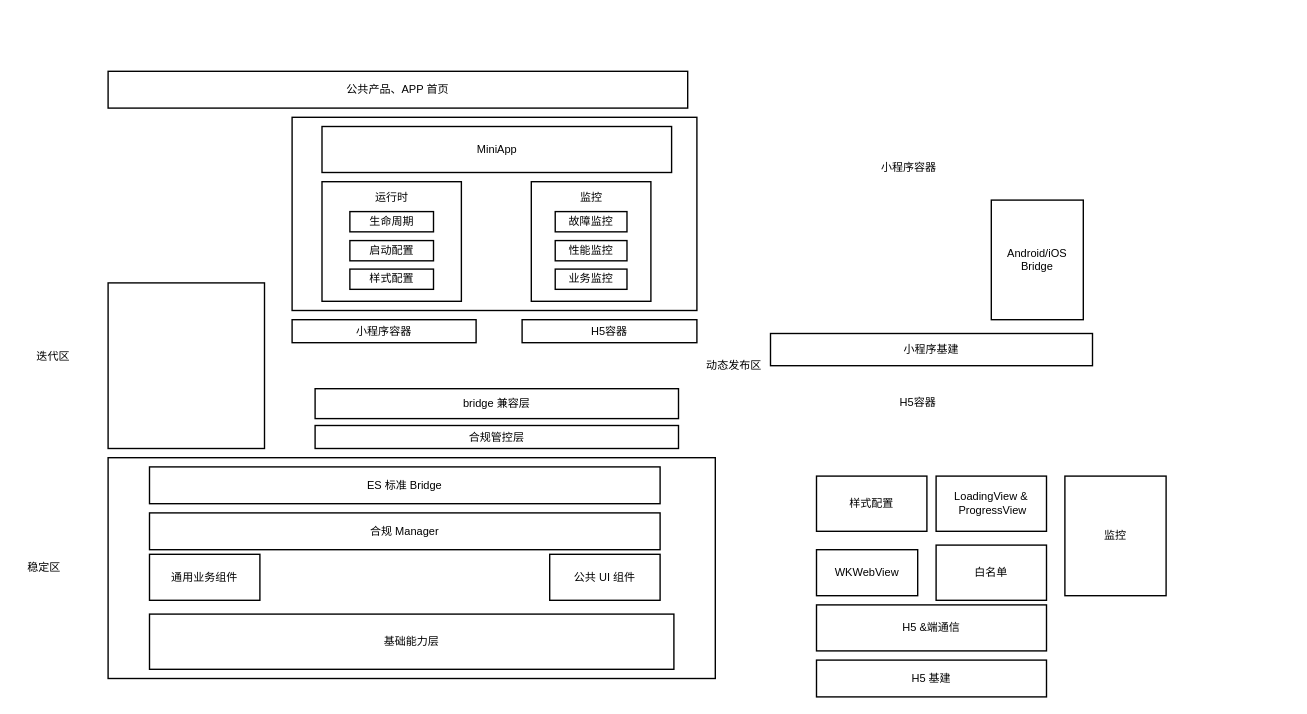
Before: page "第 3 页" (3 of 3) of 未命名绘图.drawio in ashen-23/DrawIORepo, a draw.io diagram. Source tidied: cells renumbered, new cells numbered last; positions are measured from the earlier drawing's top-left corner, leaving out a move shared by most shapes. Both pictures are drawn from the tidied source at 92%, with x=0, y=0 at pixel (16, 71).
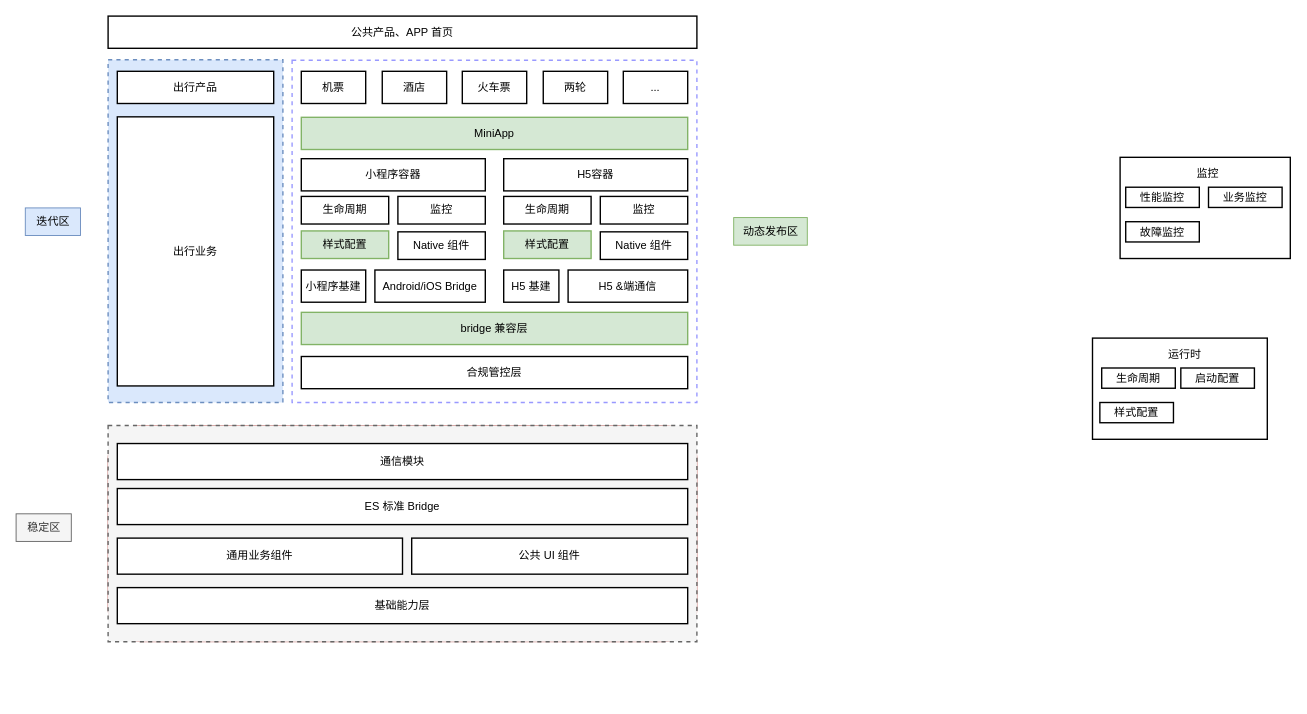
Above is the later version.

Commit message:
更新未命名绘图.drawio

Change to the diagram source:
```diff
@@
-    <mxCell id="2" style="whiteSpace=wrap;html=1;strokeWidth=1.5;fontColor=#000000;fillColor=#FFFFFF;" parent="1" vertex="1">
-      <mxGeometry x="300" y="50" width="440" height="210" as="geometry" />
-    </mxCell>
-    <mxCell id="3" style="rounded=0;whiteSpace=wrap;html=1;strokeWidth=1.5;fontColor=#000000;fillColor=#FFFFFF;" parent="1" vertex="1">
-      <mxGeometry x="100" y="420" width="660" height="240" as="geometry" />
-    </mxCell>
+    <mxCell id="42" style="whiteSpace=wrap;html=1;dashed=1;strokeColor=#6c8ebf;strokeWidth=1.5;fillColor=#dae8fc;" parent="1" vertex="1">
+      <mxGeometry x="100" y="-12.5" width="190" height="372.5" as="geometry" />
+    </mxCell>
+    <mxCell id="43" style="whiteSpace=wrap;html=1;strokeWidth=1.5;dashed=1;fillColor=none;strokeColor=#9999FF;" parent="1" vertex="1">
+      <mxGeometry x="300" y="-12" width="440" height="372" as="geometry" />
+    </mxCell>
-    <mxCell id="4" value="稳定区" style="text;html=1;align=center;verticalAlign=middle;strokeColor=none;fillColor=none;fontColor=#000000;" parent="1" vertex="1">
-      <mxGeometry y="525" width="60" height="30" as="geometry" />
+    <mxCell id="4" value="稳定区" style="text;html=1;align=center;verticalAlign=middle;strokeColor=#666666;fillColor=#f5f5f5;fontColor=#333333;" parent="1" vertex="1">
+      <mxGeometry y="481" width="60" height="30" as="geometry" />
     </mxCell>
-    <mxCell id="5" value="基础能力层" style="whiteSpace=wrap;html=1;strokeWidth=1.5;fontColor=#000000;fillColor=#FFFFFF;" parent="1" vertex="1">
-      <mxGeometry x="145" y="590" width="570" height="60" as="geometry" />
-    </mxCell>
-    <mxCell id="6" value="通用业务组件" style="whiteSpace=wrap;html=1;strokeWidth=1.5;fontColor=#000000;fillColor=#FFFFFF;" parent="1" vertex="1">
-      <mxGeometry x="145" y="525" width="120" height="50" as="geometry" />
-    </mxCell>
-    <mxCell id="7" value="公共 UI 组件" style="whiteSpace=wrap;html=1;strokeWidth=1.5;fontColor=#000000;fillColor=#FFFFFF;" parent="1" vertex="1">
-      <mxGeometry x="580" y="525" width="120" height="50" as="geometry" />
-    </mxCell>
-    <mxCell id="8" value="ES 标准 Bridge" style="whiteSpace=wrap;html=1;strokeWidth=1.5;fontColor=#000000;fillColor=#FFFFFF;" parent="1" vertex="1">
-      <mxGeometry x="145" y="430" width="555" height="40" as="geometry" />
-    </mxCell>
-    <mxCell id="9" value="合规 Manager" style="whiteSpace=wrap;html=1;strokeWidth=1.5;fontColor=#000000;fillColor=#FFFFFF;" parent="1" vertex="1">
-      <mxGeometry x="145" y="480" width="555" height="40" as="geometry" />
-    </mxCell>
-    <mxCell id="10" style="whiteSpace=wrap;html=1;strokeWidth=1.5;fontColor=#000000;fillColor=#FFFFFF;" parent="1" vertex="1">
-      <mxGeometry x="100" y="230" width="170" height="180" as="geometry" />
-    </mxCell>
-    <mxCell id="11" value="迭代区" style="text;html=1;align=center;verticalAlign=middle;strokeColor=none;fillColor=none;fontColor=#000000;" parent="1" vertex="1">
-      <mxGeometry x="10" y="295" width="60" height="30" as="geometry" />
+    <mxCell id="11" value="迭代区" style="text;html=1;align=center;verticalAlign=middle;strokeColor=#6c8ebf;fillColor=#dae8fc;" parent="1" vertex="1">
+      <mxGeometry x="10" y="148.5" width="60" height="30" as="geometry" />
     </mxCell>
-    <mxCell id="12" value="动态发布区" style="text;html=1;align=center;verticalAlign=middle;strokeColor=none;fillColor=none;fontColor=#000000;" parent="1" vertex="1">
-      <mxGeometry x="740" y="305" width="80" height="30" as="geometry" />
+    <mxCell id="12" value="动态发布区" style="text;html=1;align=center;verticalAlign=middle;strokeColor=#82b366;fillColor=#d5e8d4;" parent="1" vertex="1">
+      <mxGeometry x="780" y="159" width="80" height="30" as="geometry" />
     </mxCell>
     <mxCell id="13" value="公共产品、APP 首页" style="whiteSpace=wrap;html=1;strokeWidth=1.5;fontColor=#000000;fillColor=#FFFFFF;" parent="1" vertex="1">
-      <mxGeometry x="100" width="630" height="40" as="geometry" />
+      <mxGeometry x="100" y="-60" width="640" height="35" as="geometry" />
     </mxCell>
     <mxCell id="14" value="小程序容器" style="whiteSpace=wrap;html=1;strokeWidth=1.5;fontColor=#000000;fillColor=#FFFFFF;" parent="1" vertex="1">
-      <mxGeometry x="300" y="270" width="200" height="25" as="geometry" />
+      <mxGeometry x="310" y="95" width="200" height="35" as="geometry" />
     </mxCell>
-    <mxCell id="15" value="bridge 兼容层" style="whiteSpace=wrap;html=1;strokeWidth=1.5;fontColor=#000000;fillColor=#FFFFFF;" parent="1" vertex="1">
-      <mxGeometry x="325" y="345" width="395" height="32.5" as="geometry" />
+    <mxCell id="15" value="bridge 兼容层" style="whiteSpace=wrap;html=1;strokeWidth=1.5;fillColor=#d5e8d4;strokeColor=#82b366;" parent="1" vertex="1">
+      <mxGeometry x="310" y="262" width="420" height="35" as="geometry" />
     </mxCell>
+    <mxCell id="29" value="MiniApp" style="whiteSpace=wrap;html=1;strokeWidth=1.5;fillColor=#d5e8d4;strokeColor=#82b366;" parent="1" vertex="1">
+      <mxGeometry x="310" y="50" width="420" height="35" as="geometry" />
+    </mxCell>
+    <mxCell id="30" value="Android/iOS Bridge" style="whiteSpace=wrap;html=1;strokeWidth=1.5;fontColor=#000000;fillColor=#FFFFFF;" parent="1" vertex="1">
+      <mxGeometry x="390" y="216" width="120" height="35" as="geometry" />
+    </mxCell>
+    <mxCell id="37" value="合规管控层" style="whiteSpace=wrap;html=1;strokeWidth=1.5;fontColor=#000000;fillColor=#FFFFFF;" parent="1" vertex="1">
+      <mxGeometry x="310" y="310" width="420" height="35" as="geometry" />
+    </mxCell>
+    <mxCell id="39" value="小程序基建" style="whiteSpace=wrap;html=1;strokeWidth=1.5;fontColor=#000000;fillColor=#FFFFFF;" parent="1" vertex="1">
+      <mxGeometry x="310" y="216" width="70" height="35" as="geometry" />
+    </mxCell>
+    <mxCell id="44" value="出行产品" style="whiteSpace=wrap;html=1;strokeWidth=1.5;fontColor=#000000;fillColor=#FFFFFF;" parent="1" vertex="1">
+      <mxGeometry x="110" width="170" height="35" as="geometry" />
+    </mxCell>
+    <mxCell id="45" value="机票" style="whiteSpace=wrap;html=1;strokeWidth=1.5;fontColor=#000000;fillColor=#FFFFFF;" parent="1" vertex="1">
+      <mxGeometry x="310" width="70" height="35" as="geometry" />
+    </mxCell>
+    <mxCell id="46" value="酒店" style="whiteSpace=wrap;html=1;strokeWidth=1.5;fontColor=#000000;fillColor=#FFFFFF;" parent="1" vertex="1">
+      <mxGeometry x="398" width="70" height="35" as="geometry" />
+    </mxCell>
+    <mxCell id="47" value="火车票" style="whiteSpace=wrap;html=1;strokeWidth=1.5;fontColor=#000000;fillColor=#FFFFFF;" parent="1" vertex="1">
+      <mxGeometry x="485" width="70" height="35" as="geometry" />
+    </mxCell>
+    <mxCell id="48" value="两轮" style="whiteSpace=wrap;html=1;strokeWidth=1.5;fontColor=#000000;fillColor=#FFFFFF;" parent="1" vertex="1">
+      <mxGeometry x="573" width="70" height="35" as="geometry" />
+    </mxCell>
+    <mxCell id="49" value="..." style="whiteSpace=wrap;html=1;strokeWidth=1.5;fontColor=#000000;fillColor=#FFFFFF;" parent="1" vertex="1">
+      <mxGeometry x="660" width="70" height="35" as="geometry" />
+    </mxCell>
+    <mxCell id="50" value="出行业务" style="whiteSpace=wrap;html=1;strokeWidth=1.5;" parent="1" vertex="1">
+      <mxGeometry x="110" y="49.5" width="170" height="292.5" as="geometry" />
+    </mxCell>
+    <mxCell id="51" style="group;" parent="1" vertex="1">
+      <mxGeometry x="1170" y="290" width="190" height="110" as="geometry" />
+    </mxCell>
+    <mxCell id="24" style="whiteSpace=wrap;html=1;strokeWidth=1.5;fontColor=#000000;fillColor=#FFFFFF;" parent="51" vertex="1">
+      <mxGeometry width="190" height="110" as="geometry" />
+    </mxCell>
+    <mxCell id="25" value="生命周期" style="whiteSpace=wrap;html=1;strokeWidth=1.5;fontColor=#000000;fillColor=#FFFFFF;" parent="51" vertex="1">
+      <mxGeometry x="10" y="32.5" width="80" height="22" as="geometry" />
+    </mxCell>
+    <mxCell id="26" value="启动配置" style="whiteSpace=wrap;html=1;strokeWidth=1.5;fontColor=#000000;fillColor=#FFFFFF;" parent="51" vertex="1">
+      <mxGeometry x="96" y="32.5" width="80" height="22" as="geometry" />
+    </mxCell>
+    <mxCell id="27" value="样式配置" style="whiteSpace=wrap;html=1;strokeWidth=1.5;fontColor=#000000;fillColor=#FFFFFF;" parent="51" vertex="1">
+      <mxGeometry x="8" y="70" width="80" height="22" as="geometry" />
+    </mxCell>
+    <mxCell id="28" value="运行时" style="text;html=1;align=center;verticalAlign=middle;strokeColor=none;fillColor=none;fontColor=#000000;" parent="51" vertex="1">
+      <mxGeometry x="70" y="2.5" width="60" height="30" as="geometry" />
+    </mxCell>
     <mxCell id="16" value="H5容器" style="whiteSpace=wrap;html=1;strokeWidth=1.5;fontColor=#000000;fillColor=#FFFFFF;" parent="1" vertex="1">
-      <mxGeometry x="550" y="270" width="190" height="25" as="geometry" />
+      <mxGeometry x="530" y="95" width="200" height="35" as="geometry" />
     </mxCell>
-    <mxCell id="17" style="group;" parent="1" vertex="1">
-      <mxGeometry x="560" y="120" width="130" height="130" as="geometry" />
-    </mxCell>
+    <mxCell id="52" style="group;" parent="1" vertex="1">
+      <mxGeometry x="1200" y="93.5" width="185" height="110" as="geometry" />
+    </mxCell>
-    <mxCell id="18" style="whiteSpace=wrap;html=1;strokeWidth=1.5;fontColor=#000000;fillColor=#FFFFFF;" parent="17" vertex="1">
-      <mxGeometry width="130" height="130" as="geometry" />
+    <mxCell id="18" style="whiteSpace=wrap;html=1;strokeWidth=1.5;fontColor=#000000;fillColor=#FFFFFF;" parent="52" vertex="1">
+      <mxGeometry width="185" height="110" as="geometry" />
     </mxCell>
-    <mxCell id="19" value="故障监控" style="whiteSpace=wrap;html=1;strokeWidth=1.5;fontColor=#000000;fillColor=#FFFFFF;" parent="17" vertex="1">
-      <mxGeometry x="26" y="32.5" width="78" height="22" as="geometry" />
+    <mxCell id="19" value="故障监控" style="whiteSpace=wrap;html=1;strokeWidth=1.5;fontColor=#000000;fillColor=#FFFFFF;" parent="52" vertex="1">
+      <mxGeometry x="6.1" y="70" width="80" height="22" as="geometry" />
     </mxCell>
-    <mxCell id="20" value="性能监控" style="whiteSpace=wrap;html=1;strokeWidth=1.5;fontColor=#000000;fillColor=#FFFFFF;" parent="17" vertex="1">
-      <mxGeometry x="26" y="64" width="78" height="22" as="geometry" />
+    <mxCell id="20" value="性能监控" style="whiteSpace=wrap;html=1;strokeWidth=1.5;fontColor=#000000;fillColor=#FFFFFF;" parent="52" vertex="1">
+      <mxGeometry x="6.1" y="32.5" width="80" height="22" as="geometry" />
     </mxCell>
-    <mxCell id="21" value="业务监控" style="whiteSpace=wrap;html=1;strokeWidth=1.5;fontColor=#000000;fillColor=#FFFFFF;" parent="17" vertex="1">
-      <mxGeometry x="26" y="95" width="78" height="22" as="geometry" />
+    <mxCell id="21" value="业务监控" style="whiteSpace=wrap;html=1;strokeWidth=1.5;fontColor=#000000;fillColor=#FFFFFF;" parent="52" vertex="1">
+      <mxGeometry x="96.1" y="32.5" width="80" height="22" as="geometry" />
     </mxCell>
-    <mxCell id="22" value="监控" style="text;html=1;align=center;verticalAlign=middle;strokeColor=none;fillColor=none;fontColor=#000000;" parent="17" vertex="1">
-      <mxGeometry x="40" y="2.5" width="50" height="30" as="geometry" />
+    <mxCell id="22" value="监控" style="text;html=1;align=center;verticalAlign=middle;strokeColor=none;fillColor=none;fontColor=#000000;" parent="52" vertex="1">
+      <mxGeometry x="70" y="2.5" width="50" height="30" as="geometry" />
     </mxCell>
-    <mxCell id="23" style="group;" parent="1" vertex="1">
-      <mxGeometry x="332.5" y="120" width="151.5" height="130" as="geometry" />
-    </mxCell>
-    <mxCell id="24" style="whiteSpace=wrap;html=1;strokeWidth=1.5;fontColor=#000000;fillColor=#FFFFFF;" parent="23" vertex="1">
-      <mxGeometry width="151.5" height="130" as="geometry" />
-    </mxCell>
-    <mxCell id="25" value="生命周期" style="whiteSpace=wrap;html=1;strokeWidth=1.5;fontColor=#000000;fillColor=#FFFFFF;" parent="23" vertex="1">
-      <mxGeometry x="30.3" y="32.5" width="90.9" height="22" as="geometry" />
-    </mxCell>
-    <mxCell id="26" value="启动配置" style="whiteSpace=wrap;html=1;strokeWidth=1.5;fontColor=#000000;fillColor=#FFFFFF;" parent="23" vertex="1">
-      <mxGeometry x="30.3" y="64" width="90.9" height="22" as="geometry" />
-    </mxCell>
-    <mxCell id="27" value="样式配置" style="whiteSpace=wrap;html=1;strokeWidth=1.5;fontColor=#000000;fillColor=#FFFFFF;" parent="23" vertex="1">
-      <mxGeometry x="30.3" y="95" width="90.9" height="22" as="geometry" />
-    </mxCell>
-    <mxCell id="28" value="运行时" style="text;html=1;align=center;verticalAlign=middle;strokeColor=none;fillColor=none;fontColor=#000000;" parent="23" vertex="1">
-      <mxGeometry x="45.8" y="2.5" width="60" height="30" as="geometry" />
-    </mxCell>
-    <mxCell id="29" value="MiniApp" style="whiteSpace=wrap;html=1;strokeWidth=1.5;fontColor=#000000;fillColor=#FFFFFF;" parent="1" vertex="1">
-      <mxGeometry x="332.5" y="60" width="380" height="50" as="geometry" />
-    </mxCell>
-    <mxCell id="30" value="Android/iOS Bridge" style="whiteSpace=wrap;html=1;strokeWidth=1.5;fontColor=#000000;fillColor=#FFFFFF;" parent="1" vertex="1">
-      <mxGeometry x="1060" y="140" width="100" height="130" as="geometry" />
-    </mxCell>
-    <mxCell id="31" value="小程序容器" style="text;html=1;align=center;verticalAlign=middle;strokeColor=none;fillColor=none;fontColor=#000000;" parent="1" vertex="1">
-      <mxGeometry x="930" y="90" width="80" height="30" as="geometry" />
-    </mxCell>
-    <mxCell id="32" value="H5容器" style="text;html=1;align=center;verticalAlign=middle;strokeColor=none;fillColor=none;fontColor=#000000;" parent="1" vertex="1">
-      <mxGeometry x="950" y="345" width="60" height="30" as="geometry" />
-    </mxCell>
-    <mxCell id="33" value="WKWebView" style="whiteSpace=wrap;html=1;strokeWidth=1.5;fontColor=#000000;fillColor=#FFFFFF;" parent="1" vertex="1">
-      <mxGeometry x="870" y="520" width="110" height="50" as="geometry" />
-    </mxCell>
+    <mxCell id="53" value="生命周期" style="whiteSpace=wrap;html=1;strokeWidth=1.5;" parent="1" vertex="1">
+      <mxGeometry x="310" y="136" width="95" height="30" as="geometry" />
+    </mxCell>
+    <mxCell id="54" value="监控" style="whiteSpace=wrap;html=1;strokeWidth=1.5;" parent="1" vertex="1">
+      <mxGeometry x="415" y="136" width="95" height="30" as="geometry" />
+    </mxCell>
+    <mxCell id="55" value="样式配置" style="whiteSpace=wrap;html=1;strokeWidth=1.5;fillColor=#d5e8d4;strokeColor=#82b366;" parent="1" vertex="1">
+      <mxGeometry x="310" y="173.5" width="95" height="30" as="geometry" />
+    </mxCell>
+    <mxCell id="56" value="Native 组件" style="whiteSpace=wrap;html=1;strokeWidth=1.5;" parent="1" vertex="1">
+      <mxGeometry x="415" y="174.5" width="95" height="30" as="geometry" />
+    </mxCell>
+    <mxCell id="57" value="生命周期" style="whiteSpace=wrap;html=1;strokeWidth=1.5;" parent="1" vertex="1">
+      <mxGeometry x="530" y="136" width="95" height="30" as="geometry" />
+    </mxCell>
+    <mxCell id="58" value="监控" style="whiteSpace=wrap;html=1;strokeWidth=1.5;" parent="1" vertex="1">
+      <mxGeometry x="635" y="136" width="95" height="30" as="geometry" />
+    </mxCell>
+    <mxCell id="59" value="样式配置" style="whiteSpace=wrap;html=1;strokeWidth=1.5;fillColor=#d5e8d4;strokeColor=#82b366;" parent="1" vertex="1">
+      <mxGeometry x="530" y="173.5" width="95" height="30" as="geometry" />
+    </mxCell>
+    <mxCell id="60" value="Native 组件" style="whiteSpace=wrap;html=1;strokeWidth=1.5;" parent="1" vertex="1">
+      <mxGeometry x="635" y="174.5" width="95" height="30" as="geometry" />
+    </mxCell>
     <mxCell id="34" value="H5 基建" style="whiteSpace=wrap;html=1;strokeWidth=1.5;fontColor=#000000;fillColor=#FFFFFF;" parent="1" vertex="1">
-      <mxGeometry x="870" y="640" width="250" height="40" as="geometry" />
+      <mxGeometry x="530" y="216" width="60" height="35" as="geometry" />
     </mxCell>
-    <mxCell id="35" value="样式配置" style="whiteSpace=wrap;html=1;strokeWidth=1.5;fontColor=#000000;fillColor=#FFFFFF;" parent="1" vertex="1">
-      <mxGeometry x="870" y="440" width="120" height="60" as="geometry" />
-    </mxCell>
-    <mxCell id="36" value="LoadingView &amp;amp;&lt;br&gt;&amp;nbsp;ProgressView" style="whiteSpace=wrap;html=1;strokeWidth=1.5;fontColor=#000000;fillColor=#FFFFFF;" parent="1" vertex="1">
-      <mxGeometry x="1000" y="440" width="120" height="60" as="geometry" />
-    </mxCell>
-    <mxCell id="37" value="合规管控层" style="whiteSpace=wrap;html=1;strokeWidth=1.5;fontColor=#000000;fillColor=#FFFFFF;" parent="1" vertex="1">
-      <mxGeometry x="325" y="385" width="395" height="25" as="geometry" />
-    </mxCell>
     <mxCell id="38" value="H5 &amp;amp;端通信" style="whiteSpace=wrap;html=1;strokeWidth=1.5;fontColor=#000000;fillColor=#FFFFFF;" parent="1" vertex="1">
-      <mxGeometry x="870" y="580" width="250" height="50" as="geometry" />
+      <mxGeometry x="600" y="216" width="130" height="35" as="geometry" />
     </mxCell>
-    <mxCell id="39" value="小程序基建" style="whiteSpace=wrap;html=1;strokeWidth=1.5;fontColor=#000000;fillColor=#FFFFFF;" parent="1" vertex="1">
-      <mxGeometry x="820" y="285" width="350" height="35" as="geometry" />
-    </mxCell>
-    <mxCell id="40" value="白名单" style="whiteSpace=wrap;html=1;strokeWidth=1.5;fontColor=#000000;fillColor=#FFFFFF;" parent="1" vertex="1">
-      <mxGeometry x="1000" y="515" width="120" height="60" as="geometry" />
-    </mxCell>
-    <mxCell id="41" value="监控" style="whiteSpace=wrap;html=1;strokeWidth=1.5;fontColor=#000000;fillColor=#FFFFFF;" parent="1" vertex="1">
-      <mxGeometry x="1140" y="440" width="110" height="130" as="geometry" />
-    </mxCell>
+    <mxCell id="61" style="group;" parent="1" vertex="1">
+      <mxGeometry x="100" y="385" width="640" height="235" as="geometry" />
+    </mxCell>
+    <mxCell id="62" style="group;fillColor=default;strokeColor=#b85450;rounded=1;shadow=0;glass=0;" parent="61" vertex="1">
+      <mxGeometry width="640" height="235" as="geometry" />
+    </mxCell>
+    <mxCell id="3" style="rounded=0;whiteSpace=wrap;html=1;strokeWidth=1.5;fontColor=#333333;fillColor=#f5f5f5;dashed=1;strokeColor=#666666;" parent="61" vertex="1">
+      <mxGeometry width="640" height="235" as="geometry" />
+    </mxCell>
+    <mxCell id="5" value="基础能力层" style="whiteSpace=wrap;html=1;strokeWidth=1.5;fontColor=#000000;fillColor=#FFFFFF;" parent="61" vertex="1">
+      <mxGeometry x="10" y="176.2" width="620" height="39.2" as="geometry" />
+    </mxCell>
+    <mxCell id="6" value="通用业务组件" style="whiteSpace=wrap;html=1;strokeWidth=1.5;fontColor=#000000;fillColor=#FFFFFF;" parent="61" vertex="1">
+      <mxGeometry x="10" y="122.4" width="310" height="39.2" as="geometry" />
+    </mxCell>
+    <mxCell id="7" value="公共 UI 组件" style="whiteSpace=wrap;html=1;strokeWidth=1.5;fontColor=#000000;fillColor=#FFFFFF;" parent="61" vertex="1">
+      <mxGeometry x="330" y="122.4" width="300" height="39.2" as="geometry" />
+    </mxCell>
+    <mxCell id="8" value="ES 标准 Bridge" style="whiteSpace=wrap;html=1;strokeWidth=1.5;fontColor=#000000;fillColor=#FFFFFF;" parent="61" vertex="1">
+      <mxGeometry x="10" y="68.5" width="620" height="39.2" as="geometry" />
+    </mxCell>
+    <mxCell id="63" value="通信模块" style="whiteSpace=wrap;html=1;strokeWidth=1.5;fontColor=#000000;fillColor=#FFFFFF;" parent="61" vertex="1">
+      <mxGeometry x="10" y="19.6" width="620" height="39.2" as="geometry" />
+    </mxCell>
```
